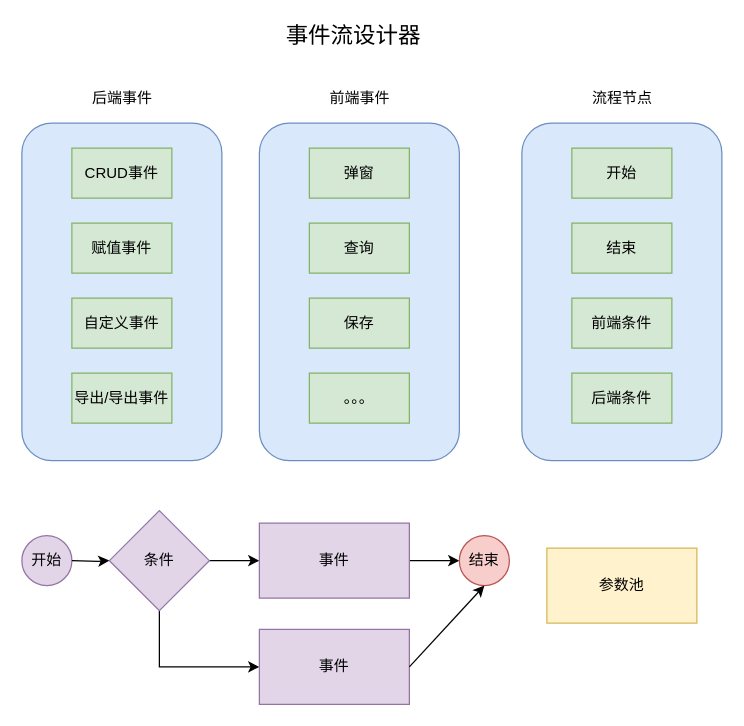
Before: page "事件流设计器" (1 of 5) of eventEngine.drawio in eru97/draw-io, a draw.io diagram. Source tidied: cells renumbered, new cells numbered last; positions are measured from the earlier drawing's top-left corner, leaving out a move shared by most shapes. Both pictures are drawn from the tidied source at 125%, with x=0, y=0 at pixel (21, 22).
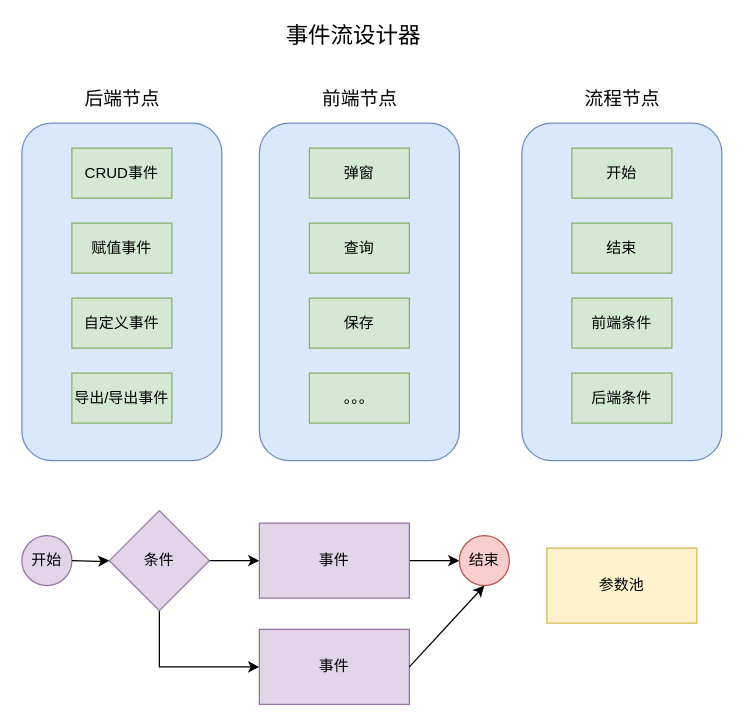
The same diagram, later.

Diff of the diagram source:
```diff
@@
-    <mxCell id="3" value="后端事件" style="text;html=1;align=center;verticalAlign=middle;" parent="1" vertex="1">
-      <mxGeometry x="50" y="50" width="60" height="20" as="geometry" />
+    <mxCell id="3" value="后端节点" style="text;html=1;align=center;verticalAlign=middle;fontSize=15;" parent="1" vertex="1">
+      <mxGeometry x="40" y="50" width="80" height="20" as="geometry" />
     </mxCell>
@@
-    <mxCell id="10" value="前端事件" style="text;html=1;align=center;verticalAlign=middle;" parent="1" vertex="1">
-      <mxGeometry x="240" y="50" width="60" height="20" as="geometry" />
+    <mxCell id="10" value="前端节点" style="text;html=1;align=center;verticalAlign=middle;fontSize=15;" parent="1" vertex="1">
+      <mxGeometry x="230" y="50" width="80" height="20" as="geometry" />
     </mxCell>
@@
-    <mxCell id="16" value="流程节点" style="text;html=1;align=center;verticalAlign=middle;" parent="1" vertex="1">
-      <mxGeometry x="450" y="50" width="60" height="20" as="geometry" />
+    <mxCell id="16" value="流程节点" style="text;html=1;align=center;verticalAlign=middle;fontSize=15;" parent="1" vertex="1">
+      <mxGeometry x="440" y="50" width="80" height="20" as="geometry" />
     </mxCell>
```
